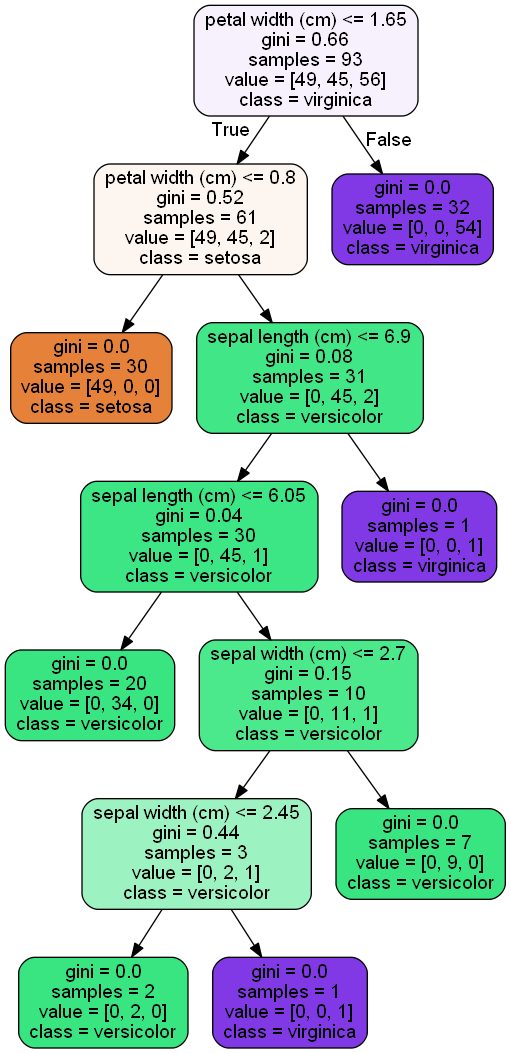
The Graphviz diagram Eduonix Edegree/2.Software Tools for AI and ML/tree.png in pvdwijdeven/ML_eduonix, before a commit. Its source is kept beside it as Eduonix Edegree/2.Software Tools for AI and ML/tree.dot. Source of this version:
```dot
digraph Tree {
node [shape=box, style="filled, rounded", color="black", fontname=helvetica] ;
edge [fontname=helvetica] ;
0 [label="petal width (cm) <= 1.65\ngini = 0.66\nsamples = 93\nvalue = [49, 45, 56]\nclass = virginica", fillcolor="#8139e512"] ;
1 [label="petal width (cm) <= 0.8\ngini = 0.52\nsamples = 61\nvalue = [49, 45, 2]\nclass = setosa", fillcolor="#e5813914"] ;
0 -> 1 [labeldistance=2.5, labelangle=45, headlabel="True"] ;
2 [label="gini = 0.0\nsamples = 30\nvalue = [49, 0, 0]\nclass = setosa", fillcolor="#e58139ff"] ;
1 -> 2 ;
3 [label="sepal length (cm) <= 6.9\ngini = 0.08\nsamples = 31\nvalue = [0, 45, 2]\nclass = versicolor", fillcolor="#39e581f4"] ;
1 -> 3 ;
4 [label="sepal length (cm) <= 6.05\ngini = 0.04\nsamples = 30\nvalue = [0, 45, 1]\nclass = versicolor", fillcolor="#39e581f9"] ;
3 -> 4 ;
5 [label="gini = 0.0\nsamples = 20\nvalue = [0, 34, 0]\nclass = versicolor", fillcolor="#39e581ff"] ;
4 -> 5 ;
6 [label="sepal width (cm) <= 2.7\ngini = 0.15\nsamples = 10\nvalue = [0, 11, 1]\nclass = versicolor", fillcolor="#39e581e8"] ;
4 -> 6 ;
7 [label="sepal width (cm) <= 2.45\ngini = 0.44\nsamples = 3\nvalue = [0, 2, 1]\nclass = versicolor", fillcolor="#39e5817f"] ;
6 -> 7 ;
8 [label="gini = 0.0\nsamples = 2\nvalue = [0, 2, 0]\nclass = versicolor", fillcolor="#39e581ff"] ;
7 -> 8 ;
9 [label="gini = 0.0\nsamples = 1\nvalue = [0, 0, 1]\nclass = virginica", fillcolor="#8139e5ff"] ;
7 -> 9 ;
10 [label="gini = 0.0\nsamples = 7\nvalue = [0, 9, 0]\nclass = versicolor", fillcolor="#39e581ff"] ;
6 -> 10 ;
11 [label="gini = 0.0\nsamples = 1\nvalue = [0, 0, 1]\nclass = virginica", fillcolor="#8139e5ff"] ;
3 -> 11 ;
12 [label="gini = 0.0\nsamples = 32\nvalue = [0, 0, 54]\nclass = virginica", fillcolor="#8139e5ff"] ;
0 -> 12 [labeldistance=2.5, labelangle=-45, headlabel="False"] ;
}
```
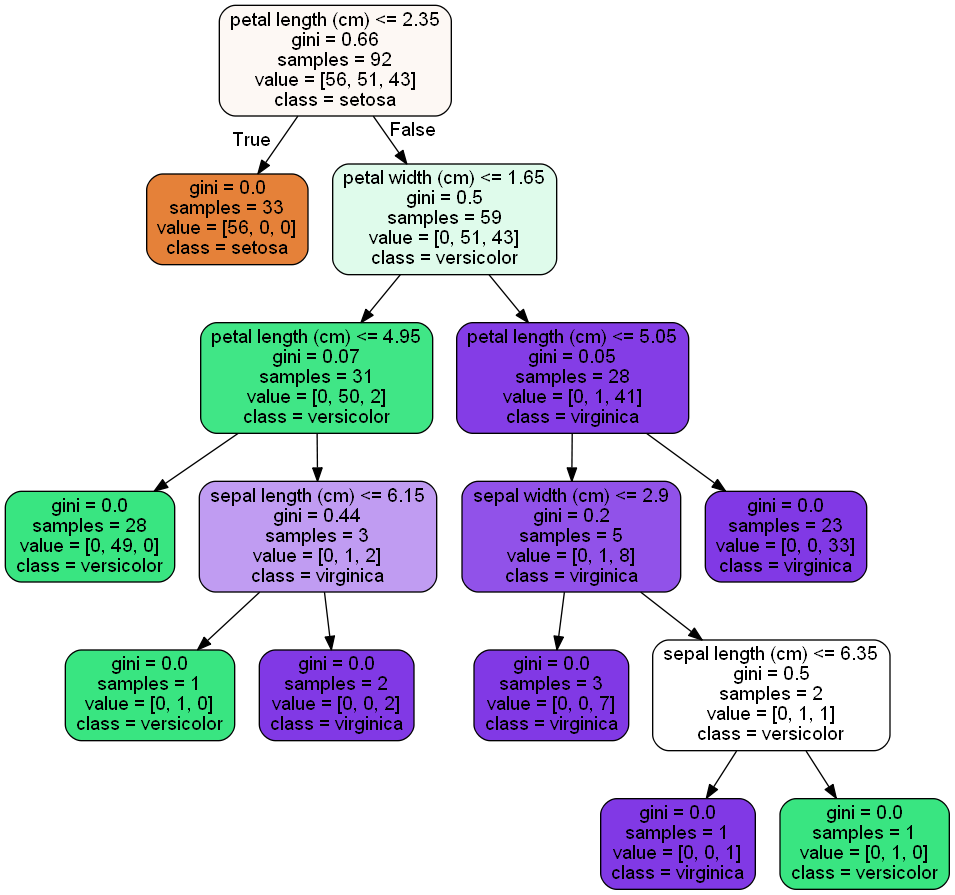
The same diagram one commit later.

The edit, as a diff of the source:
```diff
@@ -1,29 +1,33 @@
 digraph Tree {
 node [shape=box, style="filled, rounded", color="black", fontname=helvetica] ;
 edge [fontname=helvetica] ;
-0 [label="petal width (cm) <= 1.65\ngini = 0.66\nsamples = 93\nvalue = [49, 45, 56]\nclass = virginica", fillcolor="#8139e512"] ;
-1 [label="petal width (cm) <= 0.8\ngini = 0.52\nsamples = 61\nvalue = [49, 45, 2]\nclass = setosa", fillcolor="#e5813914"] ;
+0 [label="petal length (cm) <= 2.35\ngini = 0.66\nsamples = 92\nvalue = [56, 51, 43]\nclass = setosa", fillcolor="#e581390d"] ;
+1 [label="gini = 0.0\nsamples = 33\nvalue = [56, 0, 0]\nclass = setosa", fillcolor="#e58139ff"] ;
 0 -> 1 [labeldistance=2.5, labelangle=45, headlabel="True"] ;
-2 [label="gini = 0.0\nsamples = 30\nvalue = [49, 0, 0]\nclass = setosa", fillcolor="#e58139ff"] ;
-1 -> 2 ;
-3 [label="sepal length (cm) <= 6.9\ngini = 0.08\nsamples = 31\nvalue = [0, 45, 2]\nclass = versicolor", fillcolor="#39e581f4"] ;
-1 -> 3 ;
-4 [label="sepal length (cm) <= 6.05\ngini = 0.04\nsamples = 30\nvalue = [0, 45, 1]\nclass = versicolor", fillcolor="#39e581f9"] ;
+2 [label="petal width (cm) <= 1.65\ngini = 0.5\nsamples = 59\nvalue = [0, 51, 43]\nclass = versicolor", fillcolor="#39e58128"] ;
+0 -> 2 [labeldistance=2.5, labelangle=-45, headlabel="False"] ;
+3 [label="petal length (cm) <= 4.95\ngini = 0.07\nsamples = 31\nvalue = [0, 50, 2]\nclass = versicolor", fillcolor="#39e581f5"] ;
+2 -> 3 ;
+4 [label="gini = 0.0\nsamples = 28\nvalue = [0, 49, 0]\nclass = versicolor", fillcolor="#39e581ff"] ;
 3 -> 4 ;
-5 [label="gini = 0.0\nsamples = 20\nvalue = [0, 34, 0]\nclass = versicolor", fillcolor="#39e581ff"] ;
-4 -> 5 ;
-6 [label="sepal width (cm) <= 2.7\ngini = 0.15\nsamples = 10\nvalue = [0, 11, 1]\nclass = versicolor", fillcolor="#39e581e8"] ;
-4 -> 6 ;
-7 [label="sepal width (cm) <= 2.45\ngini = 0.44\nsamples = 3\nvalue = [0, 2, 1]\nclass = versicolor", fillcolor="#39e5817f"] ;
-6 -> 7 ;
-8 [label="gini = 0.0\nsamples = 2\nvalue = [0, 2, 0]\nclass = versicolor", fillcolor="#39e581ff"] ;
-7 -> 8 ;
-9 [label="gini = 0.0\nsamples = 1\nvalue = [0, 0, 1]\nclass = virginica", fillcolor="#8139e5ff"] ;
-7 -> 9 ;
-10 [label="gini = 0.0\nsamples = 7\nvalue = [0, 9, 0]\nclass = versicolor", fillcolor="#39e581ff"] ;
-6 -> 10 ;
-11 [label="gini = 0.0\nsamples = 1\nvalue = [0, 0, 1]\nclass = virginica", fillcolor="#8139e5ff"] ;
-3 -> 11 ;
-12 [label="gini = 0.0\nsamples = 32\nvalue = [0, 0, 54]\nclass = virginica", fillcolor="#8139e5ff"] ;
-0 -> 12 [labeldistance=2.5, labelangle=-45, headlabel="False"] ;
+5 [label="sepal length (cm) <= 6.15\ngini = 0.44\nsamples = 3\nvalue = [0, 1, 2]\nclass = virginica", fillcolor="#8139e57f"] ;
+3 -> 5 ;
+6 [label="gini = 0.0\nsamples = 1\nvalue = [0, 1, 0]\nclass = versicolor", fillcolor="#39e581ff"] ;
+5 -> 6 ;
+7 [label="gini = 0.0\nsamples = 2\nvalue = [0, 0, 2]\nclass = virginica", fillcolor="#8139e5ff"] ;
+5 -> 7 ;
+8 [label="petal length (cm) <= 5.05\ngini = 0.05\nsamples = 28\nvalue = [0, 1, 41]\nclass = virginica", fillcolor="#8139e5f9"] ;
+2 -> 8 ;
+9 [label="sepal width (cm) <= 2.9\ngini = 0.2\nsamples = 5\nvalue = [0, 1, 8]\nclass = virginica", fillcolor="#8139e5df"] ;
+8 -> 9 ;
+10 [label="gini = 0.0\nsamples = 3\nvalue = [0, 0, 7]\nclass = virginica", fillcolor="#8139e5ff"] ;
+9 -> 10 ;
+11 [label="sepal length (cm) <= 6.35\ngini = 0.5\nsamples = 2\nvalue = [0, 1, 1]\nclass = versicolor", fillcolor="#39e58100"] ;
+9 -> 11 ;
+12 [label="gini = 0.0\nsamples = 1\nvalue = [0, 0, 1]\nclass = virginica", fillcolor="#8139e5ff"] ;
+11 -> 12 ;
+13 [label="gini = 0.0\nsamples = 1\nvalue = [0, 1, 0]\nclass = versicolor", fillcolor="#39e581ff"] ;
+11 -> 13 ;
+14 [label="gini = 0.0\nsamples = 23\nvalue = [0, 0, 33]\nclass = virginica", fillcolor="#8139e5ff"] ;
+8 -> 14 ;
 }
```
